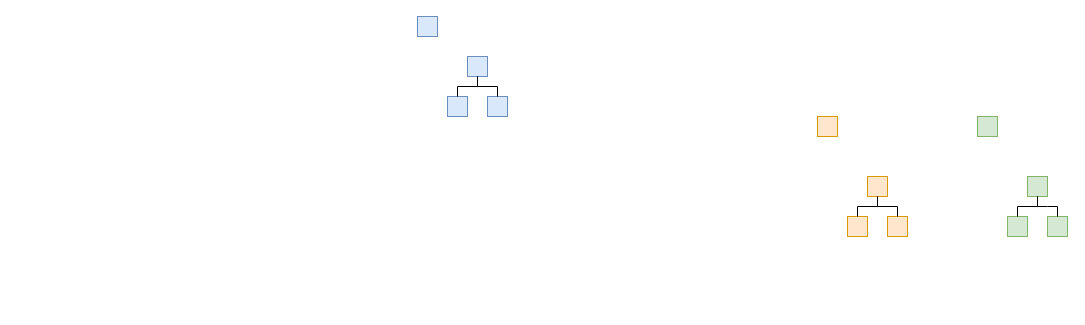
Earlier version of the draw.io diagram 未命名绘图.drawio (TTK2xx/drawio). Source tidied: cells renumbered, new cells numbered last; positions are measured from the earlier drawing's top-left corner, leaving out a move shared by most shapes. Both pictures are drawn from the tidied source at 100%, with x=0, y=0 at pixel (417, 16). Pictures stored in the file or linked from it are replaced by grey dashed boxes.
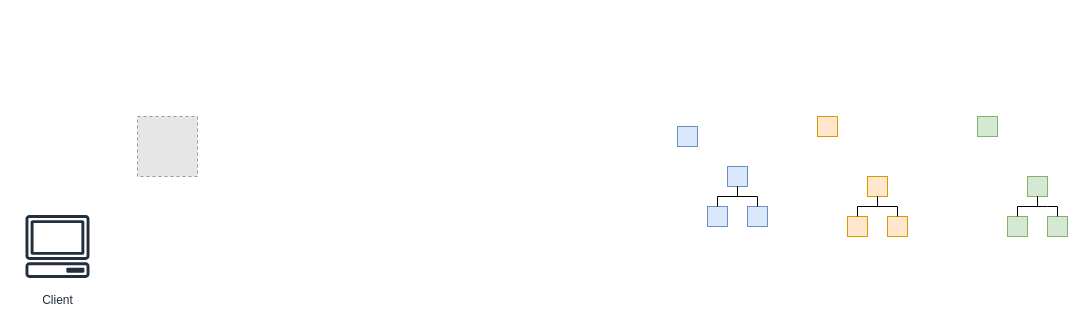
Above is the later version.

Commit message:
更新未命名绘图.drawio

The edit, as a diff of the source:
```diff
@@
     <mxCell id="4" style="rounded=0;whiteSpace=wrap;html=1;fillColor=#dae8fc;strokeColor=#6c8ebf;" parent="1" vertex="1">
-      <mxGeometry width="20" height="20" as="geometry" />
+      <mxGeometry x="260" y="110" width="20" height="20" as="geometry" />
     </mxCell>
@@
     <mxCell id="15" style="group;" parent="1" vertex="1">
-      <mxGeometry x="30" y="40" width="60" height="60" as="geometry" />
+      <mxGeometry x="290" y="150" width="60" height="60" as="geometry" />
     </mxCell>
@@
+    <mxCell id="21" value="Client" style="sketch=0;fontColor=#232F3E;gradientColor=none;strokeColor=#232F3E;fillColor=#ffffff;dashed=0;verticalLabelPosition=bottom;verticalAlign=top;align=center;html=1;fontSize=12;fontStyle=0;shape=mxgraph.aws4.resourceIcon;resIcon=mxgraph.aws4.client;" parent="1" vertex="1">
+      <mxGeometry x="-400" y="190" width="80" height="80" as="geometry" />
+    </mxCell>
+    <mxCell id="22" style="fillColor=#E6E6E6;strokeColor=#999999;dashed=1;verticalLabelPosition=bottom;labelBackgroundColor=default;verticalAlign=top;" parent="1" vertex="1">
+      <mxGeometry x="-280" y="100" width="60" height="60" as="geometry" />
+    </mxCell>
```
